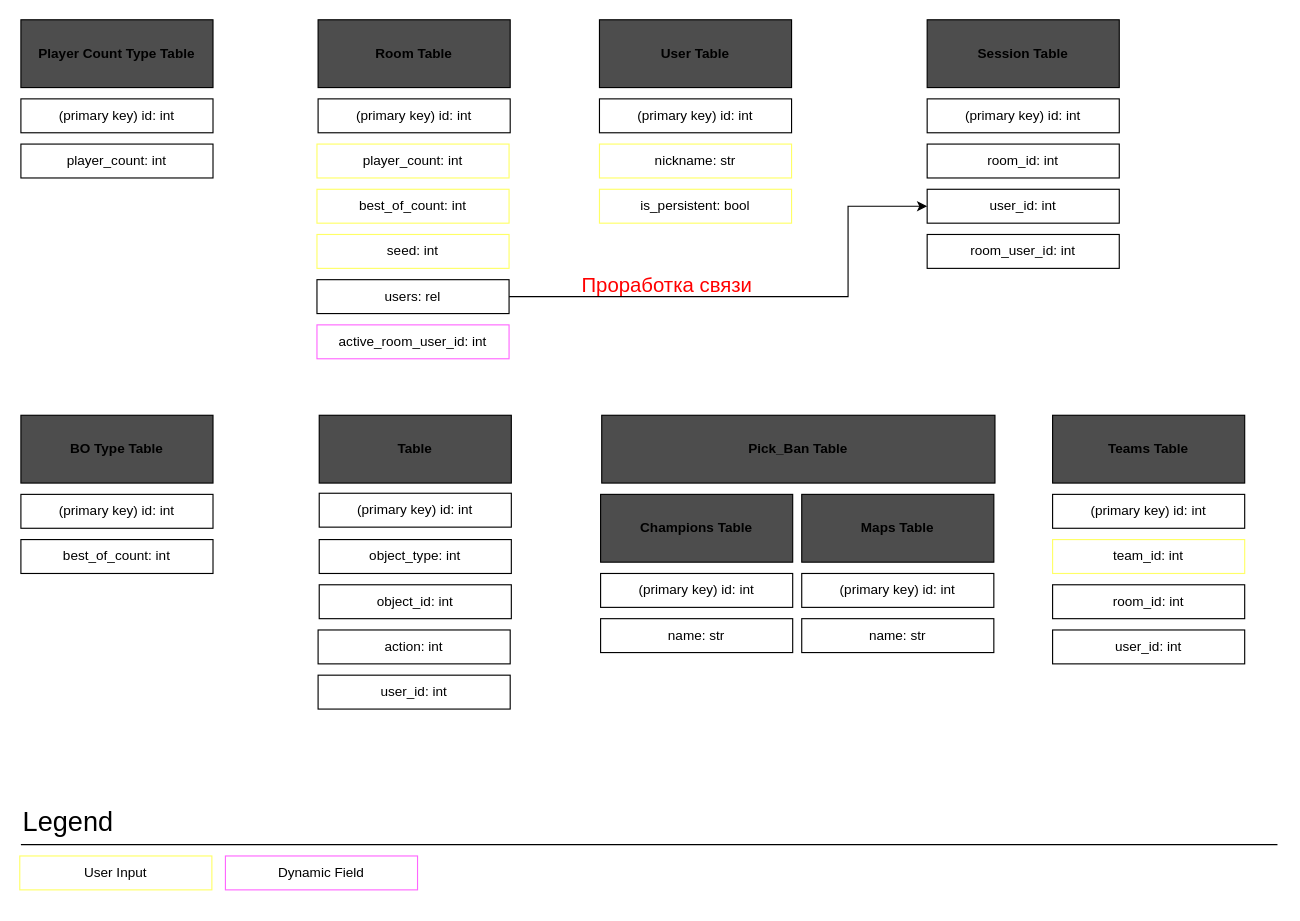
Earlier version of the draw.io diagram page "DB_Arch" (1 of 4) of quakePicker.drawio (wilsonept/quake-picker). Source tidied: cells renumbered, new cells numbered last; positions are measured from the earlier drawing's top-left corner, leaving out a move shared by most shapes. Both pictures are drawn from the tidied source at 113%, with x=0, y=0 at pixel (19, 19).
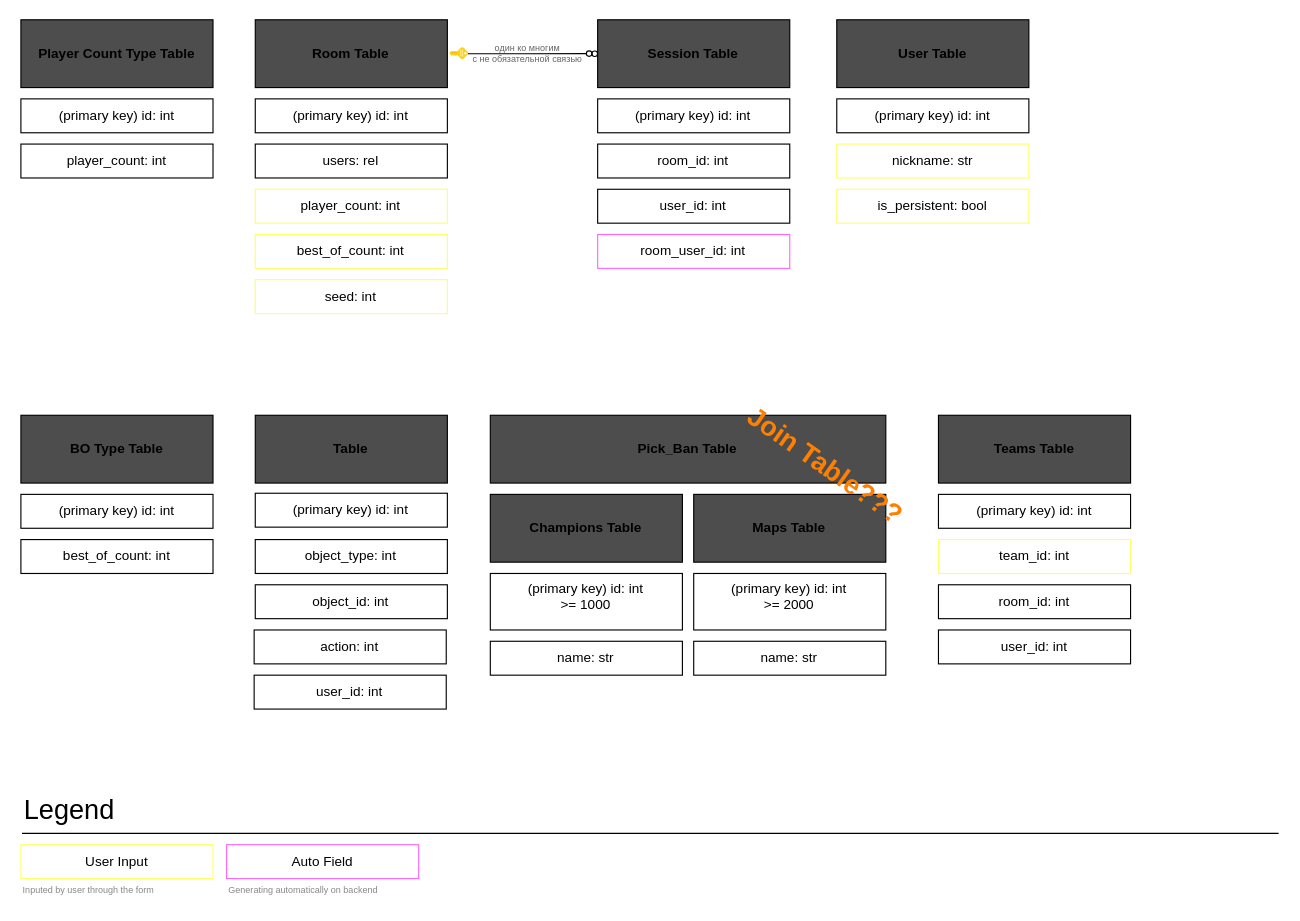
The same diagram, later.

Change to the diagram source:
```diff
@@
     <mxCell id="2" value="Room Table" style="rounded=0;whiteSpace=wrap;html=1;fillColor=#4D4D4D;fontStyle=1;" parent="1" vertex="1">
-      <mxGeometry x="264" width="170" height="60" as="geometry" />
+      <mxGeometry x="208.4" width="170" height="60" as="geometry" />
     </mxCell>
     <mxCell id="3" value="User Table" style="rounded=0;whiteSpace=wrap;html=1;fillColor=#4D4D4D;fontStyle=1;" parent="1" vertex="1">
-      <mxGeometry x="513" width="170" height="60" as="geometry" />
+      <mxGeometry x="723" width="170" height="60" as="geometry" />
     </mxCell>
     <mxCell id="4" value="Champions Table" style="rounded=0;whiteSpace=wrap;html=1;fillColor=#4D4D4D;fontStyle=1;" parent="1" vertex="1">
-      <mxGeometry x="514" y="420" width="170" height="60" as="geometry" />
+      <mxGeometry x="416.4" y="420" width="170" height="60" as="geometry" />
     </mxCell>
     <mxCell id="5" value="(primary key) id: int" style="rounded=0;whiteSpace=wrap;html=1;" parent="1" vertex="1">
-      <mxGeometry x="264" y="70" width="170" height="30" as="geometry" />
+      <mxGeometry x="208.4" y="70" width="170" height="30" as="geometry" />
     </mxCell>
     <mxCell id="6" value="player_count: int" style="rounded=0;whiteSpace=wrap;html=1;strokeColor=#FFFF66;" parent="1" vertex="1">
-      <mxGeometry x="263" y="110" width="170" height="30" as="geometry" />
+      <mxGeometry x="208.4" y="150" width="170" height="30" as="geometry" />
     </mxCell>
     <mxCell id="7" value="(primary key) id: int" style="rounded=0;whiteSpace=wrap;html=1;" parent="1" vertex="1">
-      <mxGeometry x="513" y="70" width="170" height="30" as="geometry" />
+      <mxGeometry x="723" y="70" width="170" height="30" as="geometry" />
     </mxCell>
     <mxCell id="8" value="nickname: str" style="rounded=0;whiteSpace=wrap;html=1;strokeColor=#FFFF66;" parent="1" vertex="1">
-      <mxGeometry x="513" y="110" width="170" height="30" as="geometry" />
+      <mxGeometry x="723" y="110" width="170" height="30" as="geometry" />
     </mxCell>
-    <mxCell id="9" value="(primary key) id: int" style="rounded=0;whiteSpace=wrap;html=1;" parent="1" vertex="1">
-      <mxGeometry x="514" y="490" width="170" height="30" as="geometry" />
+    <mxCell id="9" value="(primary key) id: int&lt;br&gt;&amp;gt;= 1000" style="rounded=0;whiteSpace=wrap;html=1;verticalAlign=top;" parent="1" vertex="1">
+      <mxGeometry x="416.4" y="490" width="170" height="50" as="geometry" />
     </mxCell>
     <mxCell id="10" value="name: str" style="rounded=0;whiteSpace=wrap;html=1;" parent="1" vertex="1">
-      <mxGeometry x="514" y="530" width="170" height="30" as="geometry" />
+      <mxGeometry x="416.4" y="550" width="170" height="30" as="geometry" />
     </mxCell>
@@
-    <mxCell id="12" value="active_room_user_id: int" style="rounded=0;whiteSpace=wrap;html=1;strokeColor=#FF66FF;" parent="1" vertex="1">
-      <mxGeometry x="263" y="270" width="170" height="30" as="geometry" />
-    </mxCell>
@@
     <mxCell id="18" value="best_of_count: int" style="rounded=0;whiteSpace=wrap;html=1;strokeColor=#FFFF66;" parent="1" vertex="1">
-      <mxGeometry x="263" y="150" width="170" height="30" as="geometry" />
+      <mxGeometry x="208.4" y="190" width="170" height="30" as="geometry" />
     </mxCell>
     <mxCell id="19" value="Maps Table" style="rounded=0;whiteSpace=wrap;html=1;fillColor=#4D4D4D;fontStyle=1;" parent="1" vertex="1">
-      <mxGeometry x="692" y="420" width="170" height="60" as="geometry" />
+      <mxGeometry x="596.4" y="420" width="170" height="60" as="geometry" />
     </mxCell>
     <mxCell id="20" value="Session Table" style="rounded=0;whiteSpace=wrap;html=1;fillColor=#4D4D4D;fontStyle=1;" parent="1" vertex="1">
-      <mxGeometry x="803" width="170" height="60" as="geometry" />
+      <mxGeometry x="511.4" width="170" height="60" as="geometry" />
     </mxCell>
     <mxCell id="21" value="room_id: int" style="rounded=0;whiteSpace=wrap;html=1;" parent="1" vertex="1">
-      <mxGeometry x="803" y="110" width="170" height="30" as="geometry" />
+      <mxGeometry x="511.4" y="110" width="170" height="30" as="geometry" />
     </mxCell>
     <mxCell id="22" value="user_id: int" style="rounded=0;whiteSpace=wrap;html=1;" parent="1" vertex="1">
-      <mxGeometry x="803" y="150" width="170" height="30" as="geometry" />
+      <mxGeometry x="511.4" y="150" width="170" height="30" as="geometry" />
     </mxCell>
     <mxCell id="23" value="User Input" style="rounded=0;whiteSpace=wrap;html=1;strokeColor=#FFFF66;" parent="1" vertex="1">
-      <mxGeometry y="740" width="170" height="30" as="geometry" />
+      <mxGeometry x="1" y="730" width="170" height="30" as="geometry" />
     </mxCell>
-    <mxCell id="24" value="Dynamic Field" style="rounded=0;whiteSpace=wrap;html=1;strokeColor=#FF66FF;" parent="1" vertex="1">
-      <mxGeometry x="182" y="740" width="170" height="30" as="geometry" />
+    <mxCell id="24" value="Auto Field" style="rounded=0;whiteSpace=wrap;html=1;strokeColor=#FF66FF;" parent="1" vertex="1">
+      <mxGeometry x="183" y="730" width="170" height="30" as="geometry" />
     </mxCell>
     <mxCell id="25" value="Teams Table" style="rounded=0;whiteSpace=wrap;html=1;fillColor=#4D4D4D;fontStyle=1;" parent="1" vertex="1">
-      <mxGeometry x="914" y="350" width="170" height="60" as="geometry" />
+      <mxGeometry x="813" y="350" width="170" height="60" as="geometry" />
     </mxCell>
     <mxCell id="26" value="room_id: int" style="rounded=0;whiteSpace=wrap;html=1;" parent="1" vertex="1">
-      <mxGeometry x="914" y="500" width="170" height="30" as="geometry" />
+      <mxGeometry x="813" y="500" width="170" height="30" as="geometry" />
     </mxCell>
     <mxCell id="27" value="user_id: int" style="rounded=0;whiteSpace=wrap;html=1;" parent="1" vertex="1">
-      <mxGeometry x="914" y="540" width="170" height="30" as="geometry" />
+      <mxGeometry x="813" y="540" width="170" height="30" as="geometry" />
     </mxCell>
     <mxCell id="28" value="team_id: int" style="rounded=0;whiteSpace=wrap;html=1;strokeColor=#FFFF66;" parent="1" vertex="1">
-      <mxGeometry x="914" y="460" width="170" height="30" as="geometry" />
+      <mxGeometry x="813" y="460" width="170" height="30" as="geometry" />
     </mxCell>
     <mxCell id="29" value="(primary key) id: int" style="rounded=0;whiteSpace=wrap;html=1;" parent="1" vertex="1">
-      <mxGeometry x="914" y="420" width="170" height="30" as="geometry" />
+      <mxGeometry x="813" y="420" width="170" height="30" as="geometry" />
     </mxCell>
     <mxCell id="30" value="&lt;font style=&quot;font-size: 24px&quot;&gt;Legend&lt;/font&gt;" style="text;html=1;strokeColor=none;fillColor=none;align=left;verticalAlign=middle;whiteSpace=wrap;rounded=0;" parent="1" vertex="1">
-      <mxGeometry x="1" y="690" width="92" height="40" as="geometry" />
+      <mxGeometry x="2" y="680" width="92" height="40" as="geometry" />
     </mxCell>
     <mxCell id="31" style="endArrow=none;html=1;rounded=0;fontSize=24;exitX=0;exitY=1;exitDx=0;exitDy=0;" parent="1" edge="1" source="30">
       <mxGeometry relative="1" as="geometry">
-        <mxPoint x="1113" y="730" as="targetPoint" />
+        <mxPoint x="1114" y="720" as="targetPoint" />
       </mxGeometry>
     </mxCell>
     <mxCell id="32" value="is_persistent: bool" style="rounded=0;whiteSpace=wrap;html=1;strokeColor=#FFFF66;" parent="1" vertex="1">
-      <mxGeometry x="513" y="150" width="170" height="30" as="geometry" />
+      <mxGeometry x="723" y="150" width="170" height="30" as="geometry" />
     </mxCell>
     <mxCell id="33" value="name: str" style="rounded=0;whiteSpace=wrap;html=1;" parent="1" vertex="1">
-      <mxGeometry x="692" y="530" width="170" height="30" as="geometry" />
+      <mxGeometry x="596.4" y="550" width="170" height="30" as="geometry" />
     </mxCell>
-    <mxCell id="34" value="(primary key) id: int" style="rounded=0;whiteSpace=wrap;html=1;" parent="1" vertex="1">
-      <mxGeometry x="692" y="490" width="170" height="30" as="geometry" />
+    <mxCell id="34" value="(primary key) id: int&lt;br&gt;&amp;gt;= 2000" style="rounded=0;whiteSpace=wrap;html=1;verticalAlign=top;" parent="1" vertex="1">
+      <mxGeometry x="596.4" y="490" width="170" height="50" as="geometry" />
     </mxCell>
     <mxCell id="35" value="(primary key) id: int" style="rounded=0;whiteSpace=wrap;html=1;" parent="1" vertex="1">
-      <mxGeometry x="803" y="70" width="170" height="30" as="geometry" />
+      <mxGeometry x="511.4" y="70" width="170" height="30" as="geometry" />
     </mxCell>
     <mxCell id="36" value="seed: int" style="rounded=0;whiteSpace=wrap;html=1;strokeColor=#FFFF66;" parent="1" vertex="1">
-      <mxGeometry x="263" y="190" width="170" height="30" as="geometry" />
+      <mxGeometry x="208.4" y="230" width="170" height="30" as="geometry" />
     </mxCell>
     <mxCell id="37" value="Table" style="rounded=0;whiteSpace=wrap;html=1;fillColor=#4D4D4D;fontStyle=1;" parent="1" vertex="1">
-      <mxGeometry x="265" y="350" width="170" height="60" as="geometry" />
+      <mxGeometry x="208.4" y="350" width="170" height="60" as="geometry" />
     </mxCell>
     <mxCell id="38" value="(primary key) id: int" style="rounded=0;whiteSpace=wrap;html=1;" parent="1" vertex="1">
-      <mxGeometry x="265" y="419" width="170" height="30" as="geometry" />
+      <mxGeometry x="208.4" y="419" width="170" height="30" as="geometry" />
     </mxCell>
     <mxCell id="39" value="object_type: int" style="rounded=0;whiteSpace=wrap;html=1;" parent="1" vertex="1">
-      <mxGeometry x="265" y="460" width="170" height="30" as="geometry" />
+      <mxGeometry x="208.4" y="460" width="170" height="30" as="geometry" />
     </mxCell>
     <mxCell id="40" value="action: int" style="rounded=0;whiteSpace=wrap;html=1;" parent="1" vertex="1">
-      <mxGeometry x="264" y="540" width="170" height="30" as="geometry" />
+      <mxGeometry x="207.4" y="540" width="170" height="30" as="geometry" />
     </mxCell>
     <mxCell id="41" value="object_id: int" style="rounded=0;whiteSpace=wrap;html=1;" parent="1" vertex="1">
-      <mxGeometry x="265" y="500" width="170" height="30" as="geometry" />
+      <mxGeometry x="208.4" y="500" width="170" height="30" as="geometry" />
     </mxCell>
-    <mxCell id="42" value="Pick_Ban Table" style="rounded=0;whiteSpace=wrap;html=1;fillColor=#4D4D4D;fontStyle=1;" parent="1" vertex="1">
-      <mxGeometry x="515" y="350" width="348" height="60" as="geometry" />
+    <mxCell id="42" value="Pick_Ban Table" style="rounded=0;whiteSpace=wrap;html=1;fillColor=#4D4D4D;fontStyle=1;glass=0;shadow=0;" parent="1" vertex="1">
+      <mxGeometry x="416.4" y="350" width="350" height="60" as="geometry" />
     </mxCell>
     <mxCell id="43" value="user_id: int" style="rounded=0;whiteSpace=wrap;html=1;" parent="1" vertex="1">
-      <mxGeometry x="264" y="580" width="170" height="30" as="geometry" />
+      <mxGeometry x="207.4" y="580" width="170" height="30" as="geometry" />
     </mxCell>
-    <mxCell id="44" value="room_user_id: int" style="rounded=0;whiteSpace=wrap;html=1;" parent="1" vertex="1">
-      <mxGeometry x="803" y="190" width="170" height="30" as="geometry" />
+    <mxCell id="44" value="room_user_id: int" style="rounded=0;whiteSpace=wrap;html=1;strokeColor=#FF66FF;" parent="1" vertex="1">
+      <mxGeometry x="511.4" y="190" width="170" height="30" as="geometry" />
     </mxCell>
-    <mxCell id="45" style="edgeStyle=orthogonalEdgeStyle;rounded=0;jettySize=auto;html=1;entryX=0;entryY=0.5;entryDx=0;entryDy=0;fontSize=18;endArrow=classic;endFill=1;strokeColor=default;" parent="1" edge="1" source="46" target="22">
-      <mxGeometry relative="1" as="geometry">
-        <Array as="points">
-          <mxPoint x="733" y="245" />
-          <mxPoint x="733" y="165" />
-        </Array>
-      </mxGeometry>
-    </mxCell>
     <mxCell id="46" value="users: rel" style="rounded=0;whiteSpace=wrap;html=1;" parent="1" vertex="1">
-      <mxGeometry x="263" y="230" width="170" height="30" as="geometry" />
+      <mxGeometry x="208.4" y="110" width="170" height="30" as="geometry" />
     </mxCell>
-    <mxCell id="47" value="Проработка связи" style="text;html=1;strokeColor=none;fillColor=none;align=center;verticalAlign=middle;whiteSpace=wrap;rounded=0;fontSize=18;fontColor=#FF0000;" parent="1" vertex="1">
-      <mxGeometry x="473" y="220" width="200" height="30" as="geometry" />
-    </mxCell>
+    <mxCell id="48" style="edgeStyle=orthogonalEdgeStyle;rounded=0;jettySize=auto;html=1;entryX=0;entryY=0.5;entryDx=0;entryDy=0;fontSize=18;fontColor=#FF8000;endArrow=none;endFill=0;strokeColor=default;" parent="1" edge="1" source="49" target="51">
+      <mxGeometry relative="1" as="geometry" />
+    </mxCell>
+    <mxCell id="49" style="sketch=0;html=1;points=[];align=center;image;fontSize=12;image=img/lib/mscae/Key.svg;rounded=1;fontColor=#FF0000;strokeColor=#FF0000;fillColor=none;direction=south;" parent="1" vertex="1">
+      <mxGeometry x="379.4" y="24.8" width="16.9" height="10.5" as="geometry" />
+    </mxCell>
+    <mxCell id="50" style="group;" parent="1" vertex="1">
+      <mxGeometry x="501.4" y="27.5" width="10" height="5" as="geometry" />
+    </mxCell>
+    <mxCell id="51" style="ellipse;whiteSpace=wrap;html=1;rounded=1;fontSize=18;fontColor=none;strokeColor=default;fillColor=none;noLabel=1;" parent="50" vertex="1">
+      <mxGeometry width="4.9" height="4.9" as="geometry" />
+    </mxCell>
+    <mxCell id="52" style="ellipse;whiteSpace=wrap;html=1;rounded=1;fontSize=18;fontColor=none;strokeColor=default;fillColor=none;noLabel=1;" parent="50" vertex="1">
+      <mxGeometry x="5" y="0.1" width="4.9" height="4.9" as="geometry" />
+    </mxCell>
+    <mxCell id="53" value="Join Table???" style="text;html=1;strokeColor=none;fillColor=none;align=center;verticalAlign=middle;whiteSpace=wrap;rounded=0;fontSize=24;fontColor=#FF8000;rotation=35;fontStyle=1;glass=0;shadow=0;labelBorderColor=none;" parent="1" vertex="1">
+      <mxGeometry x="613" y="380" width="200" height="30" as="geometry" />
+    </mxCell>
+    <mxCell id="54" value="один ко многим&lt;br&gt;с не обязательной связью" style="text;html=1;strokeColor=none;fillColor=none;align=center;verticalAlign=middle;whiteSpace=wrap;rounded=0;fontSize=8;fontColor=#666666;" parent="1" vertex="1">
+      <mxGeometry x="398.4" y="15" width="103" height="30" as="geometry" />
+    </mxCell>
+    <mxCell id="55" value="Inputed by user through the form" style="text;html=1;strokeColor=none;fillColor=none;align=left;verticalAlign=middle;whiteSpace=wrap;rounded=0;shadow=0;glass=0;labelBorderColor=none;fontSize=8;fontColor=#878787;" parent="1" vertex="1">
+      <mxGeometry x="1" y="760" width="170" height="20" as="geometry" />
+    </mxCell>
+    <mxCell id="56" value="Generating automatically on backend" style="text;html=1;strokeColor=none;fillColor=none;align=left;verticalAlign=middle;whiteSpace=wrap;rounded=0;shadow=0;glass=0;labelBorderColor=none;fontSize=8;fontColor=#878787;" parent="1" vertex="1">
+      <mxGeometry x="183" y="760" width="170" height="20" as="geometry" />
+    </mxCell>
```
